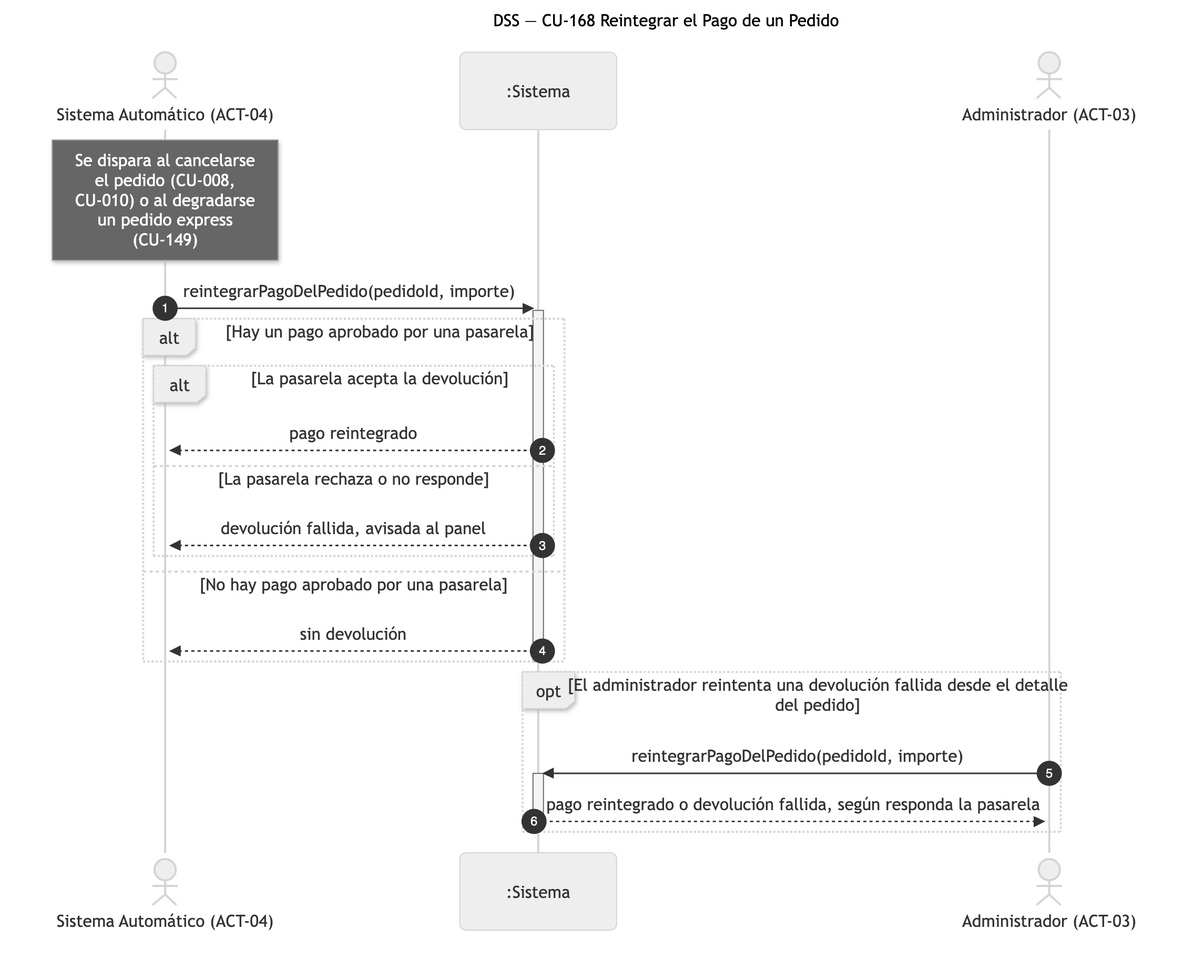
Nahuelito-Dev/splg-docs keeps this Mermaid diagram as diagramas/png/DSS_CU-168_Reintegrar-el-Pago-de-un-Pedido.png. Above is the earlier version. Its source is kept beside it as diagramas/DSS_CU-168_Reintegrar-el-Pago-de-un-Pedido.mmd.
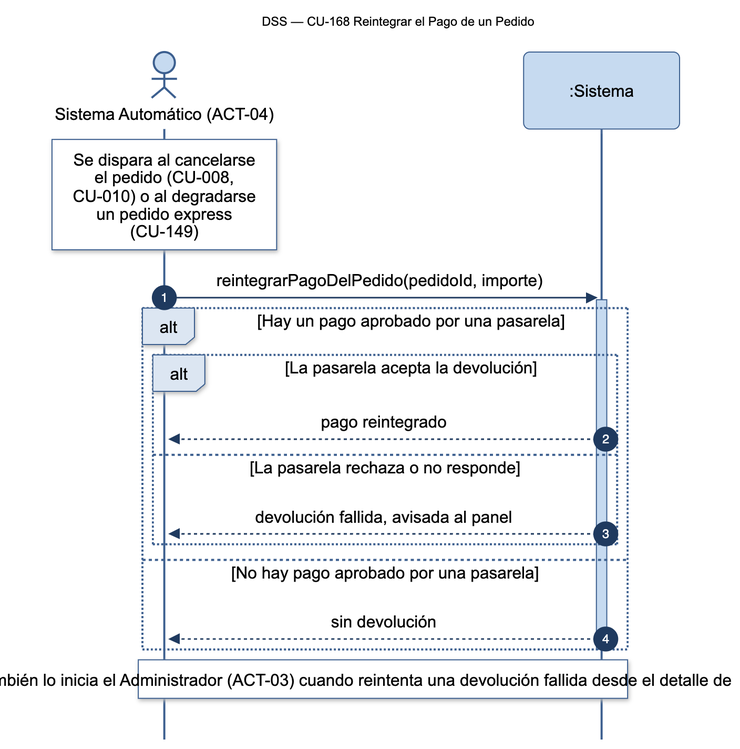
After the commit.

Change to the diagram source:
```diff
@@ -3,7 +3,6 @@
     autonumber
     actor SAU as Sistema Automático (ACT-04)
     participant SIS as :Sistema
-    actor ADM as Administrador (ACT-03)
 
     Note over SAU: Se dispara al cancelarse<br/>el pedido (CU-008,<br/>CU-010) o al degradarse<br/>un pedido express<br/>(CU-149)
     SAU->>SIS: reintegrarPagoDelPedido(pedidoId, importe)
@@ -18,10 +17,4 @@
         SIS-->>SAU: sin devolución
     end
     deactivate SIS
-
-    opt El administrador reintenta una devolución fallida desde el detalle del pedido
-        ADM->>SIS: reintegrarPagoDelPedido(pedidoId, importe)
-        activate SIS
-        SIS-->>ADM: pago reintegrado o devolución fallida, según responda la pasarela
-        deactivate SIS
-    end
+    Note over SAU,SIS: También lo inicia el Administrador (ACT-03) cuando reintenta una devolución fallida desde el detalle del pedido
```
